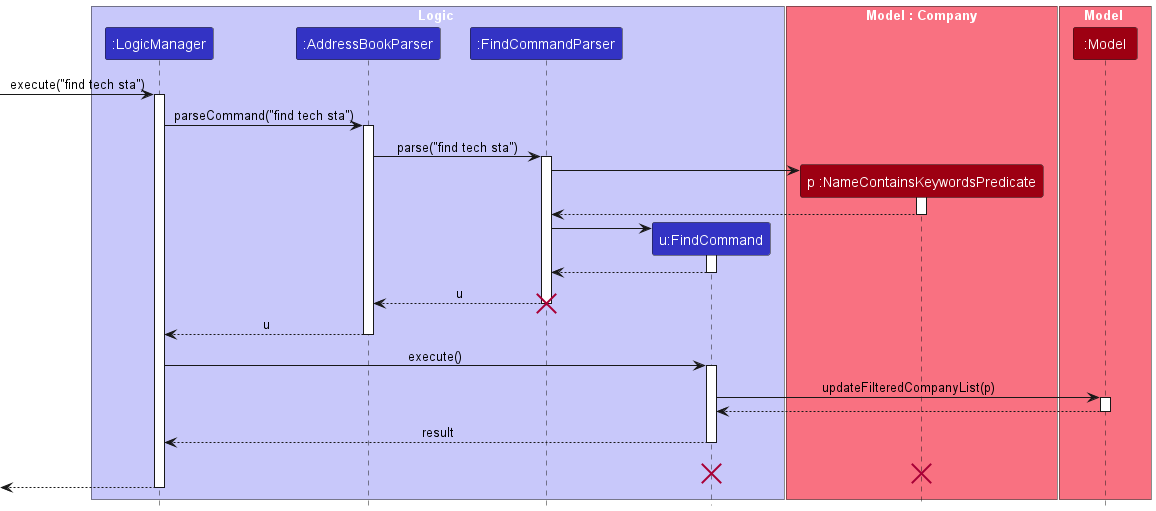
Above: docs/images/FindCompanySequenceDiagram.png in tayruxin/tp (PlantUML), before the change.
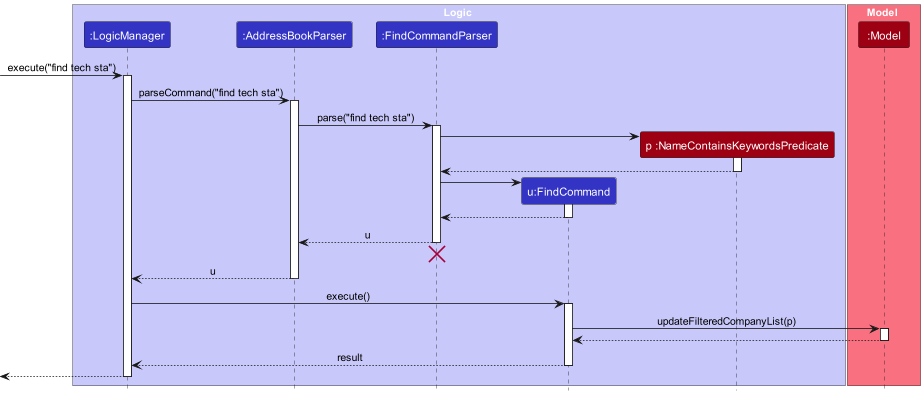
The same diagram one commit later.

Change to the diagram source:
```diff
@@ -7,9 +7,6 @@
 participant ":AddressBookParser" as AddressBookParser LOGIC_COLOR
 participant ":FindCommandParser" as FindCommandParser LOGIC_COLOR
 participant "u:FindCommand" as FindCommand LOGIC_COLOR
-end box
-
-box "Model : Company" MODEL_COLOR_T1
 participant "p :NameContainsKeywordsPredicate" as NameContainsKeywordsPredicate MODEL_COLOR
 end box
 
@@ -42,6 +39,7 @@
 
 FindCommandParser --> AddressBookParser : u
 deactivate FindCommandParser
+FindCommandParser -[hidden]-> AddressBookParser
 destroy FindCommandParser
 
 AddressBookParser --> LogicManager : u
@@ -58,9 +56,6 @@
 
 FindCommand --> LogicManager : result
 deactivate FindCommand
-FindCommand -[hidden]-> LogicManager : result
-destroy FindCommand
-destroy NameContainsKeywordsPredicate
 
 [<--LogicManager
 deactivate LogicManager
```
